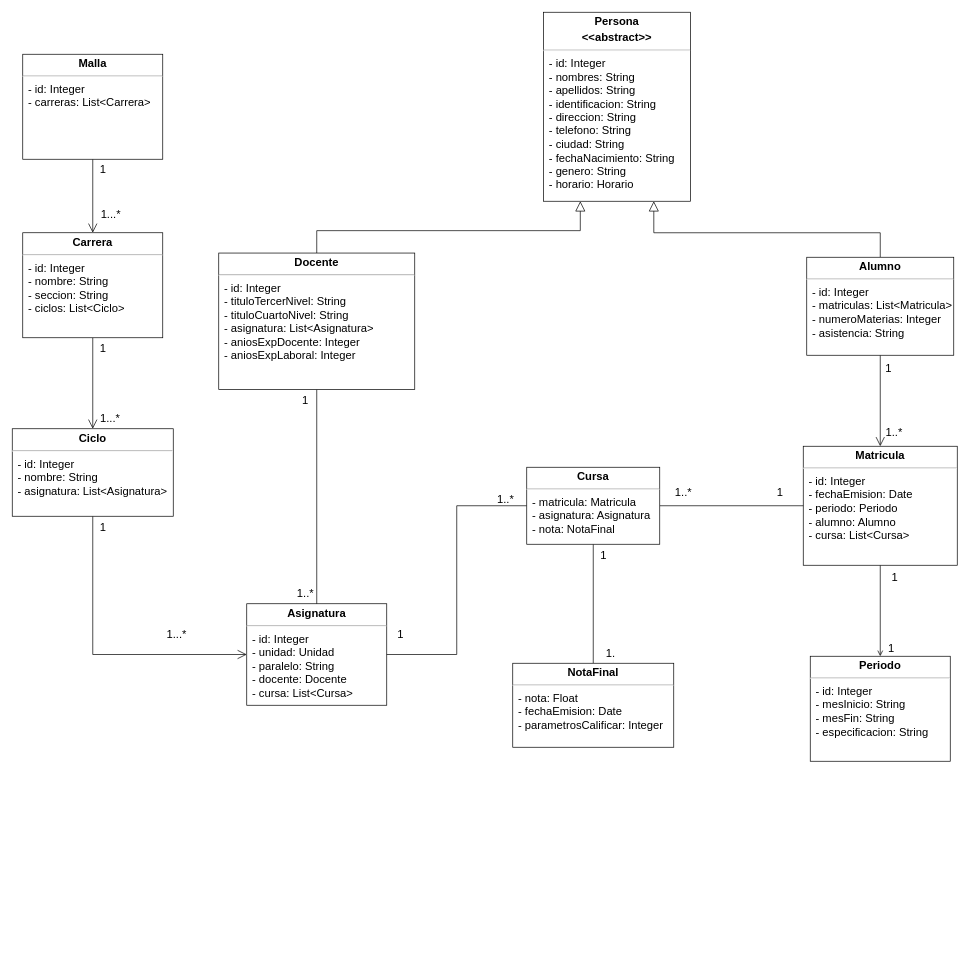
The draw.io diagram DDBB_Modelo_conceptual.drawio in Marylin-Alvarado/Sistema-de-Cursos, before the edit. Source tidied: cells renumbered, new cells numbered last; positions are measured from the earlier drawing's top-left corner, leaving out a move shared by most shapes. Both pictures are drawn from the tidied source at 70%, with x=0, y=0 at pixel (12, 12).
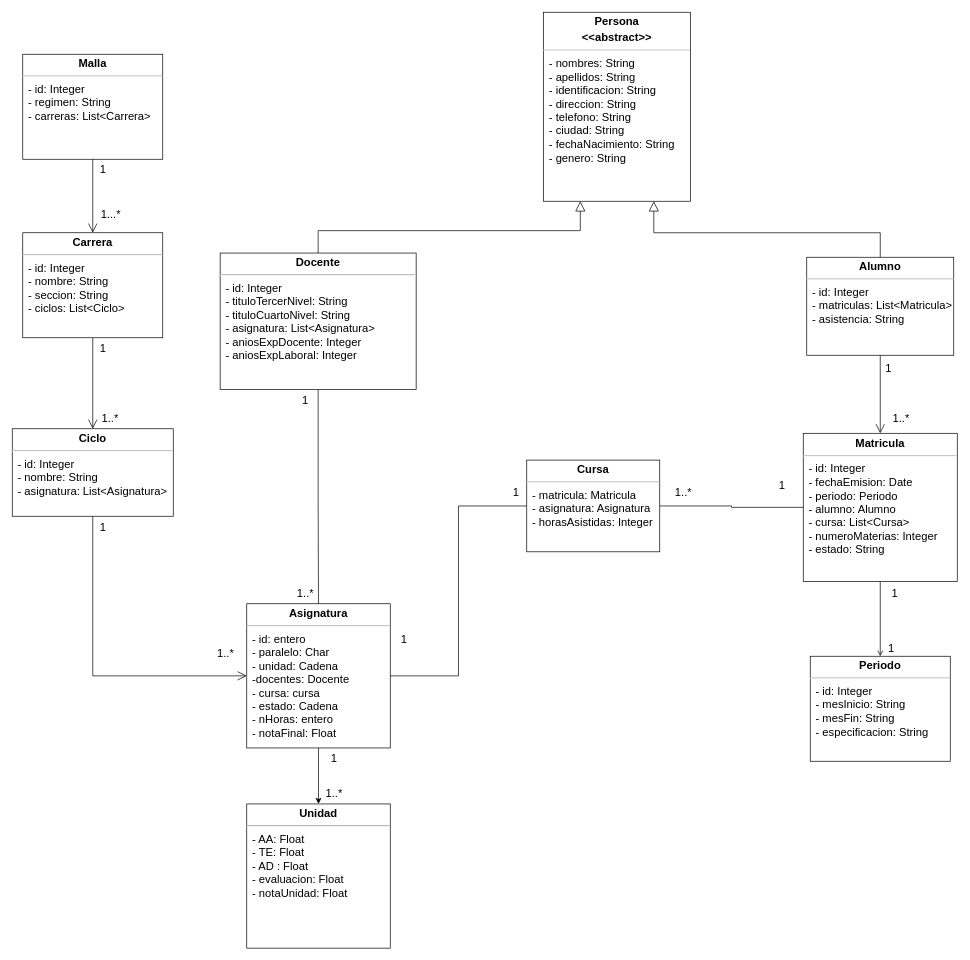
The same page after the edit.

Diff of the diagram source:
```diff
@@
-    <mxCell id="2" value="&lt;p style=&quot;margin: 4px 0px 0px ; text-align: center ; font-size: 16px&quot;&gt;&lt;b&gt;&lt;font style=&quot;font-size: 16px&quot;&gt;Persona&lt;/font&gt;&lt;/b&gt;&lt;/p&gt;&lt;p style=&quot;margin: 4px 0px 0px ; text-align: center ; font-size: 16px&quot;&gt;&lt;b&gt;&amp;lt;&amp;lt;abstract&amp;gt;&amp;gt;&lt;/b&gt;&lt;/p&gt;&lt;hr style=&quot;font-size: 16px&quot;&gt;&lt;p style=&quot;margin: 0px 0px 0px 8px ; font-size: 16px&quot;&gt;- id: Integer&lt;/p&gt;&lt;p style=&quot;margin: 0px 0px 0px 8px ; font-size: 16px&quot;&gt;- nombres: String&lt;/p&gt;&lt;p style=&quot;margin: 0px 0px 0px 8px ; font-size: 16px&quot;&gt;- apellidos: String&lt;/p&gt;&lt;p style=&quot;margin: 0px 0px 0px 8px ; font-size: 16px&quot;&gt;- identificacion: String&lt;/p&gt;&lt;p style=&quot;margin: 0px 0px 0px 8px ; font-size: 16px&quot;&gt;- direccion: String&lt;/p&gt;&lt;p style=&quot;margin: 0px 0px 0px 8px ; font-size: 16px&quot;&gt;- telefono: String&lt;/p&gt;&lt;p style=&quot;margin: 0px 0px 0px 8px ; font-size: 16px&quot;&gt;- ciudad: String&lt;/p&gt;&lt;p style=&quot;margin: 0px 0px 0px 8px ; font-size: 16px&quot;&gt;- fechaNacimiento: String&lt;br&gt;&lt;/p&gt;&lt;p style=&quot;margin: 0px 0px 0px 8px ; font-size: 16px&quot;&gt;- genero: String&lt;/p&gt;&lt;p style=&quot;margin: 0px 0px 0px 8px ; font-size: 16px&quot;&gt;- horario: Horario&lt;/p&gt;" style="verticalAlign=top;align=left;overflow=fill;fontSize=12;fontFamily=Helvetica;html=1;" parent="1" vertex="1">
+    <mxCell id="2" value="&lt;p style=&quot;margin: 4px 0px 0px ; text-align: center ; font-size: 16px&quot;&gt;&lt;b&gt;&lt;font style=&quot;font-size: 16px&quot;&gt;Persona&lt;/font&gt;&lt;/b&gt;&lt;/p&gt;&lt;p style=&quot;margin: 4px 0px 0px ; text-align: center ; font-size: 16px&quot;&gt;&lt;b&gt;&amp;lt;&amp;lt;abstract&amp;gt;&amp;gt;&lt;/b&gt;&lt;/p&gt;&lt;hr style=&quot;font-size: 16px&quot;&gt;&lt;p style=&quot;margin: 0px 0px 0px 8px ; font-size: 16px&quot;&gt;&lt;span&gt;- nombres: String&lt;/span&gt;&lt;/p&gt;&lt;p style=&quot;margin: 0px 0px 0px 8px ; font-size: 16px&quot;&gt;- apellidos: String&lt;/p&gt;&lt;p style=&quot;margin: 0px 0px 0px 8px ; font-size: 16px&quot;&gt;- identificacion: String&lt;/p&gt;&lt;p style=&quot;margin: 0px 0px 0px 8px ; font-size: 16px&quot;&gt;- direccion: String&lt;/p&gt;&lt;p style=&quot;margin: 0px 0px 0px 8px ; font-size: 16px&quot;&gt;- telefono: String&lt;/p&gt;&lt;p style=&quot;margin: 0px 0px 0px 8px ; font-size: 16px&quot;&gt;- ciudad: String&lt;/p&gt;&lt;p style=&quot;margin: 0px 0px 0px 8px ; font-size: 16px&quot;&gt;- fechaNacimiento: String&lt;br&gt;&lt;/p&gt;&lt;p style=&quot;margin: 0px 0px 0px 8px ; font-size: 16px&quot;&gt;- genero: String&lt;/p&gt;" style="verticalAlign=top;align=left;overflow=fill;fontSize=12;fontFamily=Helvetica;html=1;" parent="1" vertex="1">
       <mxGeometry x="759" width="210" height="270" as="geometry" />
     </mxCell>
+    <mxCell id="42" style="edgeStyle=orthogonalEdgeStyle;rounded=0;jettySize=auto;html=1;" parent="1" edge="1" source="3" target="43">
+      <mxGeometry relative="1" as="geometry" />
+    </mxCell>
-    <mxCell id="3" value="&lt;p style=&quot;margin: 4px 0px 0px ; text-align: center ; font-size: 16px&quot;&gt;&lt;b&gt;Asignatura&lt;/b&gt;&lt;/p&gt;&lt;hr style=&quot;font-size: 16px&quot;&gt;&lt;p style=&quot;margin: 0px 0px 0px 8px ; font-size: 16px&quot;&gt;- id: Integer&lt;/p&gt;&lt;p style=&quot;margin: 0px 0px 0px 8px ; font-size: 16px&quot;&gt;- unidad: Unidad&lt;/p&gt;&lt;p style=&quot;margin: 0px 0px 0px 8px ; font-size: 16px&quot;&gt;- paralelo: String&lt;/p&gt;&lt;p style=&quot;margin: 0px 0px 0px 8px ; font-size: 16px&quot;&gt;- docente: Docente&lt;/p&gt;&lt;p style=&quot;margin: 0px 0px 0px 8px ; font-size: 16px&quot;&gt;- cursa: List&amp;lt;Cursa&amp;gt;&lt;/p&gt;" style="verticalAlign=top;align=left;overflow=fill;fontSize=12;fontFamily=Helvetica;html=1;" parent="1" vertex="1">
-      <mxGeometry x="335" y="845" width="200" height="145" as="geometry" />
+    <mxCell id="3" value="&lt;p style=&quot;margin: 4px 0px 0px ; text-align: center ; font-size: 16px&quot;&gt;&lt;b&gt;Asignatura&lt;/b&gt;&lt;/p&gt;&lt;hr style=&quot;font-size: 16px&quot;&gt;&lt;p style=&quot;margin: 0px 0px 0px 8px ; font-size: 16px&quot;&gt;- id: entero&lt;/p&gt;&lt;p style=&quot;margin: 0px 0px 0px 8px ; font-size: 16px&quot;&gt;&lt;span&gt;- paralelo: Char&lt;/span&gt;&lt;br&gt;&lt;/p&gt;&lt;p style=&quot;margin: 0px 0px 0px 8px ; font-size: 16px&quot;&gt;&lt;span&gt;- unidad: Cadena&lt;/span&gt;&lt;/p&gt;&lt;p style=&quot;margin: 0px 0px 0px 8px ; font-size: 16px&quot;&gt;-docentes: Docente&lt;/p&gt;&lt;p style=&quot;margin: 0px 0px 0px 8px ; font-size: 16px&quot;&gt;- cursa: cursa&lt;/p&gt;&lt;p style=&quot;margin: 0px 0px 0px 8px ; font-size: 16px&quot;&gt;- estado: Cadena&lt;/p&gt;&lt;p style=&quot;margin: 0px 0px 0px 8px ; font-size: 16px&quot;&gt;- nHoras: entero&lt;/p&gt;&lt;p style=&quot;margin: 0px 0px 0px 8px ; font-size: 16px&quot;&gt;- notaFinal: Float&amp;nbsp;&lt;/p&gt;" style="verticalAlign=top;align=left;overflow=fill;fontSize=12;fontFamily=Helvetica;html=1;" parent="1" vertex="1">
+      <mxGeometry x="335" y="845" width="205" height="206" as="geometry" />
     </mxCell>
@@
-    <mxCell id="5" value="&lt;p style=&quot;margin: 4px 0px 0px ; text-align: center ; font-size: 16px&quot;&gt;&lt;b&gt;&lt;font style=&quot;font-size: 16px&quot;&gt;Malla&lt;/font&gt;&lt;/b&gt;&lt;/p&gt;&lt;hr style=&quot;font-size: 16px&quot;&gt;&lt;p style=&quot;margin: 0px 0px 0px 8px ; font-size: 16px&quot;&gt;- id: Integer&lt;/p&gt;&lt;p style=&quot;margin: 0px 0px 0px 8px ; font-size: 16px&quot;&gt;- carreras: List&amp;lt;Carrera&amp;gt;&lt;/p&gt;" style="verticalAlign=top;align=left;overflow=fill;fontSize=12;fontFamily=Helvetica;html=1;" parent="1" vertex="1">
+    <mxCell id="5" value="&lt;p style=&quot;margin: 4px 0px 0px ; text-align: center ; font-size: 16px&quot;&gt;&lt;b&gt;&lt;font style=&quot;font-size: 16px&quot;&gt;Malla&lt;/font&gt;&lt;/b&gt;&lt;/p&gt;&lt;hr style=&quot;font-size: 16px&quot;&gt;&lt;p style=&quot;margin: 0px 0px 0px 8px ; font-size: 16px&quot;&gt;- id: Integer&lt;/p&gt;&lt;p style=&quot;margin: 0px 0px 0px 8px ; font-size: 16px&quot;&gt;- regimen: String&lt;/p&gt;&lt;p style=&quot;margin: 0px 0px 0px 8px ; font-size: 16px&quot;&gt;- carreras: List&amp;lt;Carrera&amp;gt;&lt;/p&gt;" style="verticalAlign=top;align=left;overflow=fill;fontSize=12;fontFamily=Helvetica;html=1;" parent="1" vertex="1">
       <mxGeometry x="15" y="60" width="200" height="150" as="geometry" />
     </mxCell>
@@
-    <mxCell id="12" value="&lt;p style=&quot;margin: 4px 0px 0px ; text-align: center ; font-size: 16px&quot;&gt;&lt;b&gt;&lt;font style=&quot;font-size: 16px&quot;&gt;Alumno&lt;/font&gt;&lt;/b&gt;&lt;/p&gt;&lt;hr style=&quot;font-size: 16px&quot;&gt;&lt;p style=&quot;margin: 0px 0px 0px 8px ; font-size: 16px&quot;&gt;- id: Integer&lt;/p&gt;&lt;p style=&quot;margin: 0px 0px 0px 8px ; font-size: 16px&quot;&gt;- matriculas: List&amp;lt;Matricula&amp;gt;&lt;/p&gt;&lt;p style=&quot;margin: 0px 0px 0px 8px ; font-size: 16px&quot;&gt;- numeroMaterias: Integer&lt;/p&gt;&lt;p style=&quot;margin: 0px 0px 0px 8px ; font-size: 16px&quot;&gt;- asistencia: String&lt;/p&gt;" style="verticalAlign=top;align=left;overflow=fill;fontSize=12;fontFamily=Helvetica;html=1;" parent="1" vertex="1">
+    <mxCell id="12" value="&lt;p style=&quot;margin: 4px 0px 0px ; text-align: center ; font-size: 16px&quot;&gt;&lt;b&gt;&lt;font style=&quot;font-size: 16px&quot;&gt;Alumno&lt;/font&gt;&lt;/b&gt;&lt;/p&gt;&lt;hr style=&quot;font-size: 16px&quot;&gt;&lt;p style=&quot;margin: 0px 0px 0px 8px ; font-size: 16px&quot;&gt;- id: Integer&lt;/p&gt;&lt;p style=&quot;margin: 0px 0px 0px 8px ; font-size: 16px&quot;&gt;- matriculas: List&amp;lt;Matricula&amp;gt;&lt;/p&gt;&lt;p style=&quot;margin: 0px 0px 0px 8px ; font-size: 16px&quot;&gt;- asistencia: String&lt;/p&gt;" style="verticalAlign=top;align=left;overflow=fill;fontSize=12;fontFamily=Helvetica;html=1;" parent="1" vertex="1">
       <mxGeometry x="1135" y="350" width="210" height="140" as="geometry" />
     </mxCell>
@@
     <mxCell id="15" value="&lt;p style=&quot;margin: 4px 0px 0px ; text-align: center ; font-size: 16px&quot;&gt;&lt;b&gt;Docente&lt;/b&gt;&lt;/p&gt;&lt;hr style=&quot;font-size: 16px&quot;&gt;&lt;p style=&quot;margin: 0px 0px 0px 8px ; font-size: 16px&quot;&gt;- id: Integer&lt;/p&gt;&lt;p style=&quot;margin: 0px 0px 0px 8px ; font-size: 16px&quot;&gt;- tituloTercerNivel: String&lt;/p&gt;&lt;p style=&quot;margin: 0px 0px 0px 8px ; font-size: 16px&quot;&gt;- tituloCuartoNivel: String&lt;/p&gt;&lt;p style=&quot;margin: 0px 0px 0px 8px ; font-size: 16px&quot;&gt;- asignatura: List&amp;lt;Asignatura&amp;gt;&lt;/p&gt;&lt;p style=&quot;margin: 0px 0px 0px 8px ; font-size: 16px&quot;&gt;- aniosExpDocente: Integer&lt;/p&gt;&lt;p style=&quot;margin: 0px 0px 0px 8px ; font-size: 16px&quot;&gt;- aniosExpLaboral: Integer&lt;/p&gt;" style="verticalAlign=top;align=left;overflow=fill;fontSize=12;fontFamily=Helvetica;html=1;" parent="1" vertex="1">
-      <mxGeometry x="295" y="344" width="280" height="195" as="geometry" />
+      <mxGeometry x="297" y="344" width="280" height="195" as="geometry" />
     </mxCell>
@@
-    <mxCell id="17" value="&lt;p style=&quot;margin: 4px 0px 0px ; text-align: center ; font-size: 16px&quot;&gt;&lt;b&gt;&lt;font style=&quot;font-size: 16px&quot;&gt;Matricula&lt;/font&gt;&lt;/b&gt;&lt;/p&gt;&lt;hr style=&quot;font-size: 16px&quot;&gt;&lt;p style=&quot;margin: 0px 0px 0px 8px ; font-size: 16px&quot;&gt;- id: Integer&lt;/p&gt;&lt;p style=&quot;margin: 0px 0px 0px 8px ; font-size: 16px&quot;&gt;- fechaEmision: Date&lt;/p&gt;&lt;p style=&quot;margin: 0px 0px 0px 8px ; font-size: 16px&quot;&gt;- periodo: Periodo&lt;/p&gt;&lt;p style=&quot;margin: 0px 0px 0px 8px ; font-size: 16px&quot;&gt;- alumno: Alumno&lt;/p&gt;&lt;p style=&quot;margin: 0px 0px 0px 8px ; font-size: 16px&quot;&gt;- cursa: List&amp;lt;Cursa&amp;gt;&lt;/p&gt;" style="verticalAlign=top;align=left;overflow=fill;fontSize=12;fontFamily=Helvetica;html=1;" parent="1" vertex="1">
-      <mxGeometry x="1130" y="620" width="220" height="170" as="geometry" />
+    <mxCell id="17" value="&lt;p style=&quot;margin: 4px 0px 0px ; text-align: center ; font-size: 16px&quot;&gt;&lt;b&gt;&lt;font style=&quot;font-size: 16px&quot;&gt;Matricula&lt;/font&gt;&lt;/b&gt;&lt;/p&gt;&lt;hr style=&quot;font-size: 16px&quot;&gt;&lt;p style=&quot;margin: 0px 0px 0px 8px ; font-size: 16px&quot;&gt;- id: Integer&lt;/p&gt;&lt;p style=&quot;margin: 0px 0px 0px 8px ; font-size: 16px&quot;&gt;- fechaEmision: Date&lt;/p&gt;&lt;p style=&quot;margin: 0px 0px 0px 8px ; font-size: 16px&quot;&gt;- periodo: Periodo&lt;/p&gt;&lt;p style=&quot;margin: 0px 0px 0px 8px ; font-size: 16px&quot;&gt;- alumno: Alumno&lt;/p&gt;&lt;p style=&quot;margin: 0px 0px 0px 8px ; font-size: 16px&quot;&gt;- cursa: List&amp;lt;Cursa&amp;gt;&lt;/p&gt;&lt;p style=&quot;margin: 0px 0px 0px 8px ; font-size: 16px&quot;&gt;- numeroMaterias: Integer&lt;br&gt;&lt;/p&gt;&lt;p style=&quot;margin: 0px 0px 0px 8px ; font-size: 16px&quot;&gt;- estado: String&lt;/p&gt;" style="verticalAlign=top;align=left;overflow=fill;fontSize=12;fontFamily=Helvetica;html=1;" parent="1" vertex="1">
+      <mxGeometry x="1130" y="601.5" width="220" height="211.5" as="geometry" />
     </mxCell>
@@
-    <mxCell id="19" value="&lt;font style=&quot;font-size: 16px&quot;&gt;1...*&lt;/font&gt;" style="text;html=1;strokeColor=none;fillColor=none;align=center;verticalAlign=middle;whiteSpace=wrap;rounded=0;" parent="1" vertex="1">
+    <mxCell id="19" value="&lt;font style=&quot;font-size: 16px&quot;&gt;1..*&lt;/font&gt;" style="text;html=1;strokeColor=none;fillColor=none;align=center;verticalAlign=middle;whiteSpace=wrap;rounded=0;" parent="1" vertex="1">
       <mxGeometry x="110" y="565" width="60" height="30" as="geometry" />
     </mxCell>
@@
-    <mxCell id="21" value="&lt;font style=&quot;font-size: 16px&quot;&gt;1...*&lt;/font&gt;" style="text;html=1;strokeColor=none;fillColor=none;align=center;verticalAlign=middle;whiteSpace=wrap;rounded=0;" parent="1" vertex="1">
-      <mxGeometry x="205" y="872.5" width="60" height="30" as="geometry" />
+    <mxCell id="21" value="&lt;font style=&quot;font-size: 16px&quot;&gt;1..*&lt;/font&gt;" style="text;html=1;strokeColor=none;fillColor=none;align=center;verticalAlign=middle;whiteSpace=wrap;rounded=0;" parent="1" vertex="1">
+      <mxGeometry x="275" y="901" width="60" height="30" as="geometry" />
     </mxCell>
@@
     <mxCell id="26" value="&lt;font style=&quot;font-size: 16px&quot;&gt;1..*&lt;/font&gt;" style="text;html=1;strokeColor=none;fillColor=none;align=center;verticalAlign=middle;whiteSpace=wrap;rounded=0;" parent="1" vertex="1">
-      <mxGeometry x="1230" y="585" width="60" height="30" as="geometry" />
+      <mxGeometry x="1240" y="565" width="60" height="30" as="geometry" />
     </mxCell>
@@
-    <mxCell id="30" style="edgeStyle=orthogonalEdgeStyle;rounded=0;jettySize=auto;html=1;exitX=0.5;exitY=1;exitDx=0;exitDy=0;entryX=0.5;entryY=0;entryDx=0;entryDy=0;endArrow=none;endFill=0;endSize=11;" parent="1" edge="1" source="31" target="34">
-      <mxGeometry relative="1" as="geometry" />
-    </mxCell>
-    <mxCell id="31" value="&lt;p style=&quot;margin: 4px 0px 0px ; text-align: center ; font-size: 16px&quot;&gt;&lt;b&gt;&lt;font style=&quot;font-size: 16px&quot;&gt;Cursa&lt;/font&gt;&lt;/b&gt;&lt;/p&gt;&lt;hr style=&quot;font-size: 16px&quot;&gt;&lt;p style=&quot;margin: 0px 0px 0px 8px ; font-size: 16px&quot;&gt;- matricula: Matricula&lt;/p&gt;&lt;p style=&quot;margin: 0px 0px 0px 8px ; font-size: 16px&quot;&gt;- asignatura: Asignatura&lt;/p&gt;&lt;p style=&quot;margin: 0px 0px 0px 8px ; font-size: 16px&quot;&gt;- nota: NotaFinal&lt;/p&gt;" style="verticalAlign=top;align=left;overflow=fill;fontSize=12;fontFamily=Helvetica;html=1;" parent="1" vertex="1">
-      <mxGeometry x="735" y="650" width="190" height="110" as="geometry" />
+    <mxCell id="31" value="&lt;p style=&quot;margin: 4px 0px 0px ; text-align: center ; font-size: 16px&quot;&gt;&lt;b&gt;&lt;font style=&quot;font-size: 16px&quot;&gt;Cursa&lt;/font&gt;&lt;/b&gt;&lt;/p&gt;&lt;hr style=&quot;font-size: 16px&quot;&gt;&lt;p style=&quot;margin: 0px 0px 0px 8px ; font-size: 16px&quot;&gt;- matricula: Matricula&lt;/p&gt;&lt;p style=&quot;margin: 0px 0px 0px 8px ; font-size: 16px&quot;&gt;- asignatura: Asignatura&lt;/p&gt;&lt;p style=&quot;margin: 0px 0px 0px 8px ; font-size: 16px&quot;&gt;- horasAsistidas: Integer&lt;/p&gt;" style="verticalAlign=top;align=left;overflow=fill;fontSize=12;fontFamily=Helvetica;html=1;" parent="1" vertex="1">
+      <mxGeometry x="735" y="639.8" width="190" height="131" as="geometry" />
     </mxCell>
     <mxCell id="32" value="&lt;font style=&quot;font-size: 16px&quot;&gt;1&lt;/font&gt;" style="text;html=1;strokeColor=none;fillColor=none;align=center;verticalAlign=middle;whiteSpace=wrap;rounded=0;" parent="1" vertex="1">
-      <mxGeometry x="1067" y="670" width="60" height="30" as="geometry" />
+      <mxGeometry x="1070" y="661" width="60" height="30" as="geometry" />
     </mxCell>
@@
-    <mxCell id="34" value="&lt;p style=&quot;margin: 4px 0px 0px ; text-align: center ; font-size: 16px&quot;&gt;&lt;b&gt;&lt;font style=&quot;font-size: 16px&quot;&gt;NotaFinal&lt;/font&gt;&lt;/b&gt;&lt;/p&gt;&lt;hr style=&quot;font-size: 16px&quot;&gt;&lt;p style=&quot;margin: 0px 0px 0px 8px ; font-size: 16px&quot;&gt;- nota: Float&lt;/p&gt;&lt;p style=&quot;margin: 0px 0px 0px 8px ; font-size: 16px&quot;&gt;- fechaEmision: Date&lt;/p&gt;&lt;p style=&quot;margin: 0px 0px 0px 8px ; font-size: 16px&quot;&gt;- parametrosCalificar: Integer&lt;/p&gt;" style="verticalAlign=top;align=left;overflow=fill;fontSize=12;fontFamily=Helvetica;html=1;" parent="1" vertex="1">
-      <mxGeometry x="715" y="930" width="230" height="120" as="geometry" />
-    </mxCell>
     <mxCell id="35" value="&lt;font style=&quot;font-size: 16px&quot;&gt;1&lt;/font&gt;" style="text;html=1;strokeColor=none;fillColor=none;align=center;verticalAlign=middle;whiteSpace=wrap;rounded=0;" parent="1" vertex="1">
-      <mxGeometry x="1231" y="792" width="60" height="30" as="geometry" />
+      <mxGeometry x="1231" y="815" width="60" height="30" as="geometry" />
     </mxCell>
     <mxCell id="36" value="&lt;font style=&quot;font-size: 16px&quot;&gt;1&lt;/font&gt;" style="text;html=1;strokeColor=none;fillColor=none;align=center;verticalAlign=middle;whiteSpace=wrap;rounded=0;" parent="1" vertex="1">
-      <mxGeometry x="525" y="872.5" width="60" height="30" as="geometry" />
+      <mxGeometry x="690" y="671" width="60" height="30" as="geometry" />
     </mxCell>
-    <mxCell id="37" value="&lt;font style=&quot;font-size: 16px&quot;&gt;1..*&lt;/font&gt;" style="text;html=1;strokeColor=none;fillColor=none;align=center;verticalAlign=middle;whiteSpace=wrap;rounded=0;" parent="1" vertex="1">
-      <mxGeometry x="675" y="680" width="60" height="30" as="geometry" />
+    <mxCell id="37" value="&lt;span style=&quot;font-size: 16px&quot;&gt;1&lt;/span&gt;" style="text;html=1;strokeColor=none;fillColor=none;align=center;verticalAlign=middle;whiteSpace=wrap;rounded=0;" parent="1" vertex="1">
+      <mxGeometry x="530" y="881" width="60" height="30" as="geometry" />
     </mxCell>
@@
+    <mxCell id="43" value="&lt;p style=&quot;margin: 4px 0px 0px ; text-align: center ; font-size: 16px&quot;&gt;&lt;b&gt;Unidad&lt;/b&gt;&lt;/p&gt;&lt;hr style=&quot;font-size: 16px&quot;&gt;&lt;p style=&quot;margin: 0px 0px 0px 8px ; font-size: 16px&quot;&gt;- AA: Float&lt;/p&gt;&lt;p style=&quot;margin: 0px 0px 0px 8px ; font-size: 16px&quot;&gt;&lt;span&gt;- TE: Float&lt;/span&gt;&lt;br&gt;&lt;/p&gt;&lt;p style=&quot;margin: 0px 0px 0px 8px ; font-size: 16px&quot;&gt;&lt;span&gt;- AD : Float&lt;/span&gt;&lt;/p&gt;&lt;p style=&quot;margin: 0px 0px 0px 8px ; font-size: 16px&quot;&gt;&lt;span&gt;- evaluacion: Float&lt;/span&gt;&lt;/p&gt;&lt;p style=&quot;margin: 0px 0px 0px 8px ; font-size: 16px&quot;&gt;&lt;span&gt;- notaUnidad: Float&lt;/span&gt;&lt;/p&gt;" style="verticalAlign=top;align=left;overflow=fill;fontSize=12;fontFamily=Helvetica;html=1;" parent="1" vertex="1">
+      <mxGeometry x="335" y="1131" width="205" height="206" as="geometry" />
+    </mxCell>
-    <mxCell id="40" value="&lt;font style=&quot;font-size: 16px&quot;&gt;1&lt;/font&gt;" style="text;html=1;strokeColor=none;fillColor=none;align=center;verticalAlign=middle;whiteSpace=wrap;rounded=0;" parent="1" vertex="1">
-      <mxGeometry x="815" y="760" width="60" height="30" as="geometry" />
+    <mxCell id="40" value="&lt;span style=&quot;font-size: 16px&quot;&gt;1&lt;/span&gt;" style="text;html=1;strokeColor=none;fillColor=none;align=center;verticalAlign=middle;whiteSpace=wrap;rounded=0;" parent="1" vertex="1">
+      <mxGeometry x="430" y="1051" width="60" height="30" as="geometry" />
     </mxCell>
-    <mxCell id="41" value="&lt;font style=&quot;font-size: 16px&quot;&gt;1.&lt;/font&gt;" style="text;html=1;strokeColor=none;fillColor=none;align=center;verticalAlign=middle;whiteSpace=wrap;rounded=0;" parent="1" vertex="1">
-      <mxGeometry x="825" y="900" width="60" height="30" as="geometry" />
-    </mxCell>
+    <mxCell id="44" value="&lt;span style=&quot;font-size: 16px&quot;&gt;1..*&lt;/span&gt;" style="text;html=1;strokeColor=none;fillColor=none;align=center;verticalAlign=middle;whiteSpace=wrap;rounded=0;" parent="1" vertex="1">
+      <mxGeometry x="430" y="1101" width="60" height="30" as="geometry" />
+    </mxCell>
```
